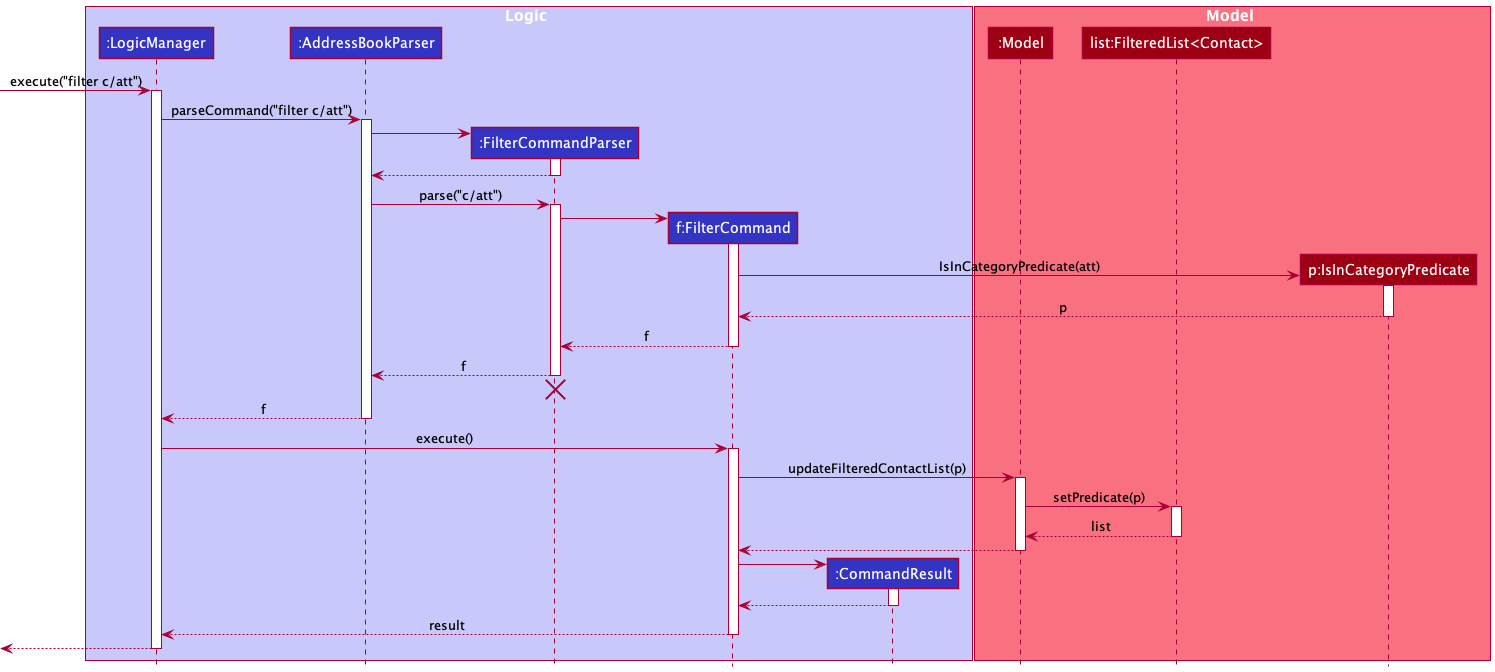
Before: docs/images/FilterSequenceDiagram.png, a diagram exported from PlantUML (nus-cs2103-AY2122S1/tp).
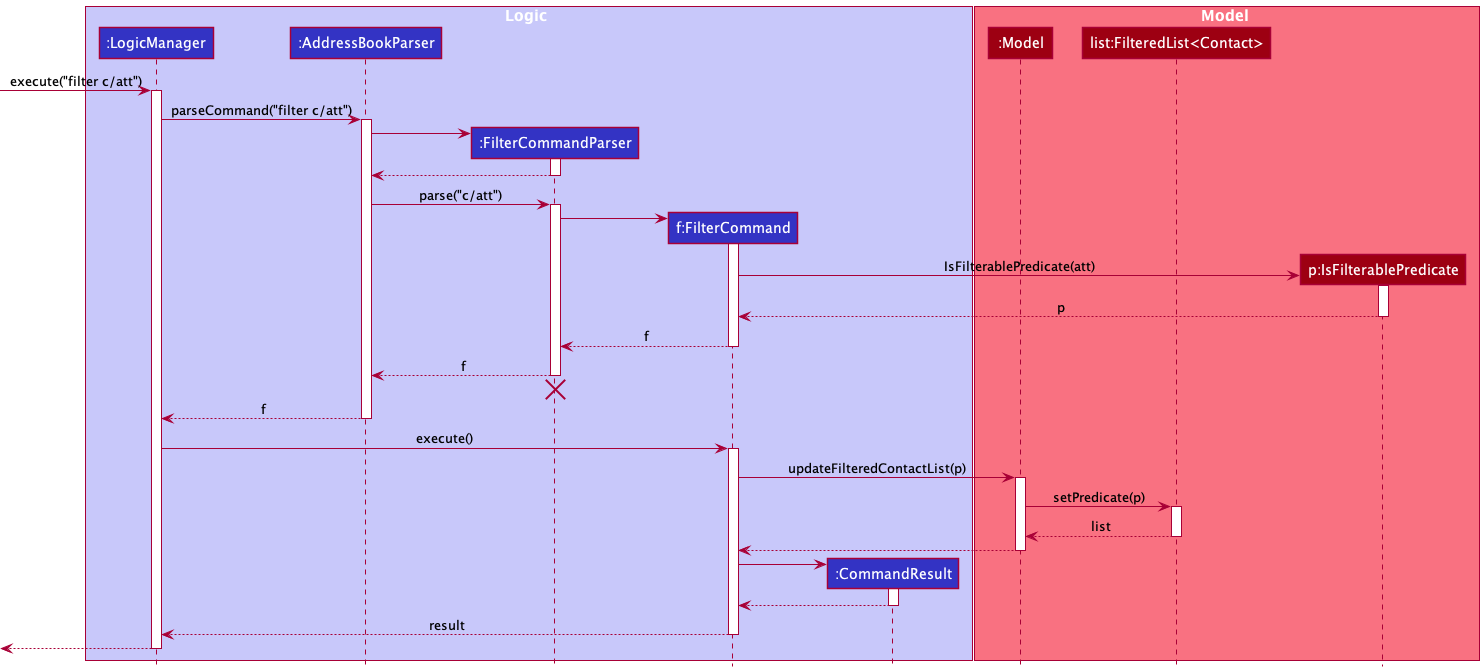
After the change.

Commit message:
Update DG for Filter Undo Redo View

What changed in the source:
```diff
@@ -12,7 +12,7 @@
 box Model MODEL_COLOR_T1
 participant ":Model" as Model MODEL_COLOR
 participant "list:FilteredList<Contact>" as filteredContact MODEL_COLOR
-participant "p:IsInCategoryPredicate" as IsInCategoryPredicate MODEL_COLOR
+participant "p:IsFilterablePredicate" as IsFilterablePredicate MODEL_COLOR
 end box
 
 [-> LogicManager : execute("filter c/att")
@@ -35,12 +35,12 @@
 FilterCommandParser -> FilterCommand
 activate FilterCommand
 
-create IsInCategoryPredicate
-FilterCommand -> IsInCategoryPredicate : IsInCategoryPredicate(att)
-activate IsInCategoryPredicate
+create IsFilterablePredicate
+FilterCommand -> IsFilterablePredicate : IsFilterablePredicate(att)
+activate IsFilterablePredicate
 
-IsInCategoryPredicate --> FilterCommand  : p
-deactivate IsInCategoryPredicate
+IsFilterablePredicate --> FilterCommand  : p
+deactivate IsFilterablePredicate
 
 FilterCommand --> FilterCommandParser : f
 deactivate FilterCommand
```
